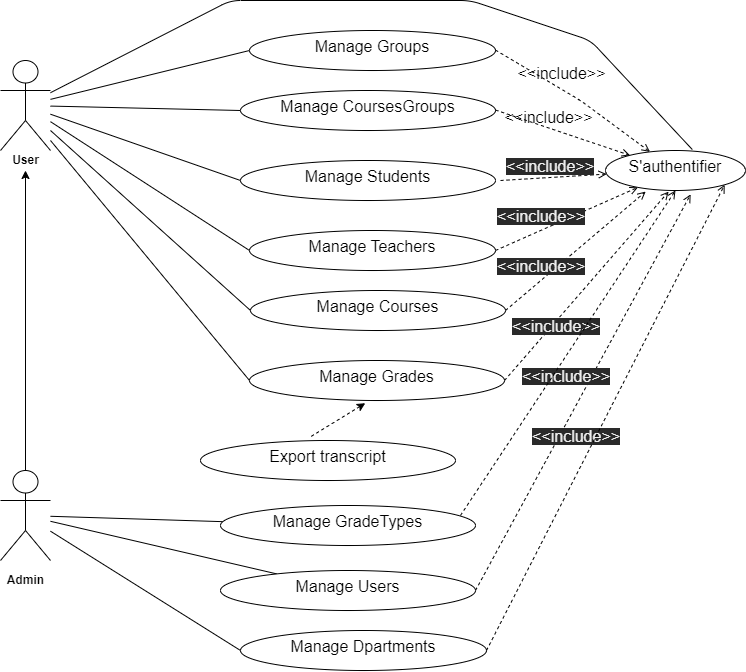
Before: usecase.drawio.png, a diagram exported from draw.io (malouu/Diag_JEE). Source tidied: cells renumbered, new cells last; positions are measured from the earlier drawing's top-left corner, leaving out a move shared by most shapes.
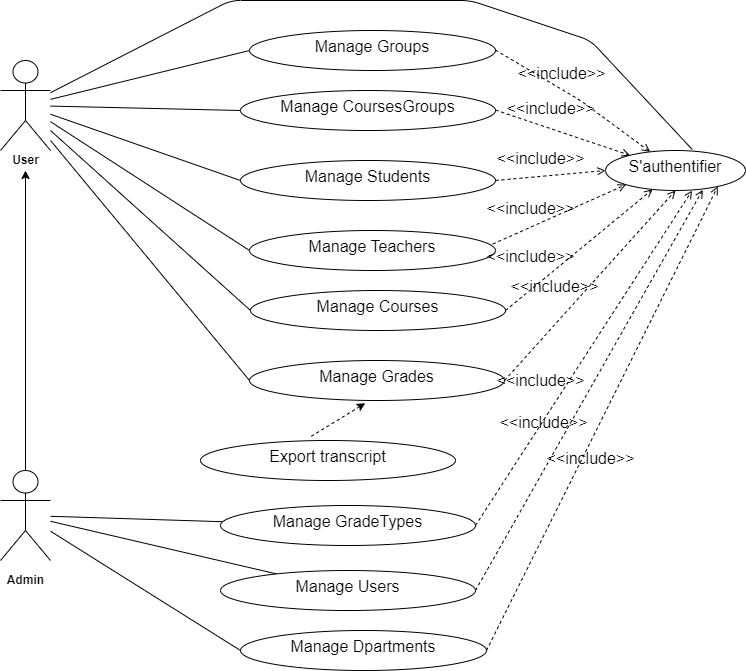
The same file after the commit.

Change to the diagram source:
```diff
@@ -34,11 +34,6 @@
     <mxCell id="9" style="shape=umlActor;verticalLabelPosition=bottom;verticalAlign=top;html=1;" parent="1" vertex="1">
       <mxGeometry y="60" width="50" height="90" as="geometry" />
     </mxCell>
-    <mxCell id="10" style="edgeStyle=none;html=1;fontSize=16;dashed=1;endArrow=open;endFill=0;" parent="1" edge="1" target="25">
-      <mxGeometry relative="1" as="geometry">
-        <mxPoint x="500" y="180" as="sourcePoint" />
-      </mxGeometry>
-    </mxCell>
     <mxCell id="11" value="&lt;div style=&quot;text-align: left&quot;&gt;&lt;span style=&quot;font-size: 16px&quot;&gt;Manage Students&lt;/span&gt;&lt;/div&gt;" style="ellipse;whiteSpace=wrap;html=1;verticalAlign=top;align=center;" parent="1" vertex="1">
       <mxGeometry x="240" y="160" width="255" height="40" as="geometry" />
     </mxCell>
@@ -67,21 +62,12 @@
         <mxPoint x="50" y="140" as="sourcePoint" />
       </mxGeometry>
     </mxCell>
-    <mxCell id="19" style="edgeStyle=none;html=1;fontSize=16;exitX=1;exitY=0.5;exitDx=0;exitDy=0;dashed=1;endArrow=open;endFill=0;entryX=0.451;entryY=1.027;entryDx=0;entryDy=0;entryPerimeter=0;" parent="1" edge="1" source="20" target="25">
-      <mxGeometry relative="1" as="geometry" />
-    </mxCell>
     <mxCell id="20" value="&lt;font style=&quot;font-size: 16px&quot;&gt;Manage Grades&lt;/font&gt;" style="ellipse;whiteSpace=wrap;html=1;verticalAlign=top;align=center;" parent="1" vertex="1">
       <mxGeometry x="249" y="360" width="255" height="40" as="geometry" />
     </mxCell>
-    <mxCell id="21" style="edgeStyle=none;html=1;fontSize=16;entryX=0.287;entryY=1.027;entryDx=0;entryDy=0;entryPerimeter=0;exitX=1;exitY=0.5;exitDx=0;exitDy=0;dashed=1;endArrow=open;endFill=0;" parent="1" edge="1" source="22" target="25">
-      <mxGeometry relative="1" as="geometry" />
-    </mxCell>
     <mxCell id="22" value="&lt;font style=&quot;font-size: 16px&quot;&gt;Manage Courses&lt;/font&gt;" style="ellipse;whiteSpace=wrap;html=1;verticalAlign=top;align=center;" parent="1" vertex="1">
       <mxGeometry x="250" y="290" width="255" height="40" as="geometry" />
     </mxCell>
-    <mxCell id="23" style="edgeStyle=none;html=1;fontSize=16;exitX=1;exitY=0.5;exitDx=0;exitDy=0;dashed=1;endArrow=open;endFill=0;" parent="1" edge="1" source="24" target="25">
-      <mxGeometry relative="1" as="geometry" />
-    </mxCell>
     <mxCell id="24" value="&lt;span style=&quot;font-size: 16px&quot;&gt;Manage&lt;/span&gt;&lt;span style=&quot;font-size: 16px&quot;&gt;&amp;nbsp;Teachers&lt;/span&gt;" style="ellipse;whiteSpace=wrap;html=1;verticalAlign=top;" parent="1" vertex="1">
       <mxGeometry x="249" y="230" width="246" height="40" as="geometry" />
     </mxCell>
@@ -97,25 +83,10 @@
       </mxGeometry>
     </mxCell>
     <mxCell id="27" value="&amp;lt;&amp;lt;include&amp;gt;&amp;gt;" style="html=1;verticalAlign=bottom;labelBackgroundColor=none;endArrow=open;endFill=0;dashed=1;fontSize=16;" parent="1" edge="1" target="25">
-      <mxGeometry x="-0.21" y="-2" relative="1" as="geometry">
+      <mxGeometry x="-0.22" y="8" relative="1" as="geometry">
         <mxPoint x="495" y="109.6" as="sourcePoint" />
       </mxGeometry>
     </mxCell>
-    <mxCell id="28" value="&lt;span style=&quot;color: rgb(240, 240, 240); font-family: helvetica; font-size: 16px; font-style: normal; font-weight: 400; letter-spacing: normal; text-align: center; text-indent: 0px; text-transform: none; word-spacing: 0px; background-color: rgb(42, 42, 42); display: inline; float: none;&quot;&gt;&amp;lt;&amp;lt;include&amp;gt;&amp;gt;&lt;/span&gt;" style="text;whiteSpace=wrap;html=1;fontSize=16;" parent="1" vertex="1">
-      <mxGeometry x="504" y="150" width="110" height="30" as="geometry" />
-    </mxCell>
-    <mxCell id="29" value="&lt;span style=&quot;color: rgb(240, 240, 240); font-family: helvetica; font-size: 16px; font-style: normal; font-weight: 400; letter-spacing: normal; text-align: center; text-indent: 0px; text-transform: none; word-spacing: 0px; background-color: rgb(42, 42, 42); display: inline; float: none;&quot;&gt;&amp;lt;&amp;lt;include&amp;gt;&amp;gt;&lt;/span&gt;" style="text;whiteSpace=wrap;html=1;fontSize=16;" parent="1" vertex="1">
-      <mxGeometry x="495" y="200" width="110" height="30" as="geometry" />
-    </mxCell>
-    <mxCell id="30" value="&lt;span style=&quot;color: rgb(240, 240, 240); font-family: helvetica; font-size: 16px; font-style: normal; font-weight: 400; letter-spacing: normal; text-align: center; text-indent: 0px; text-transform: none; word-spacing: 0px; background-color: rgb(42, 42, 42); display: inline; float: none;&quot;&gt;&amp;lt;&amp;lt;include&amp;gt;&amp;gt;&lt;/span&gt;" style="text;whiteSpace=wrap;html=1;fontSize=16;" parent="1" vertex="1">
-      <mxGeometry x="495" y="250" width="110" height="30" as="geometry" />
-    </mxCell>
-    <mxCell id="31" value="&lt;span style=&quot;color: rgb(240, 240, 240); font-family: helvetica; font-size: 16px; font-style: normal; font-weight: 400; letter-spacing: normal; text-align: center; text-indent: 0px; text-transform: none; word-spacing: 0px; background-color: rgb(42, 42, 42); display: inline; float: none;&quot;&gt;&amp;lt;&amp;lt;include&amp;gt;&amp;gt;&lt;/span&gt;" style="text;whiteSpace=wrap;html=1;fontSize=16;" parent="1" vertex="1">
-      <mxGeometry x="510" y="310" width="110" height="30" as="geometry" />
-    </mxCell>
-    <mxCell id="32" style="edgeStyle=none;html=1;fontSize=16;endArrow=open;endFill=0;entryX=0.608;entryY=1.097;entryDx=0;entryDy=0;entryPerimeter=0;exitX=1;exitY=0.5;exitDx=0;exitDy=0;dashed=1;" parent="1" edge="1" source="36" target="25">
-      <mxGeometry relative="1" as="geometry" />
-    </mxCell>
     <mxCell id="33" style="edgeStyle=none;html=1;endArrow=none;endFill=0;" parent="1" edge="1" source="34" target="3">
       <mxGeometry relative="1" as="geometry" />
     </mxCell>
@@ -128,24 +99,12 @@
     <mxCell id="36" value="&lt;font style=&quot;font-size: 16px&quot;&gt;Manage Users&lt;/font&gt;" style="ellipse;whiteSpace=wrap;html=1;verticalAlign=top;align=center;" parent="1" vertex="1">
       <mxGeometry x="220" y="570" width="255" height="40" as="geometry" />
     </mxCell>
-    <mxCell id="37" value="&lt;span style=&quot;color: rgb(240, 240, 240); font-family: helvetica; font-size: 16px; font-style: normal; font-weight: 400; letter-spacing: normal; text-align: center; text-indent: 0px; text-transform: none; word-spacing: 0px; background-color: rgb(42, 42, 42); display: inline; float: none;&quot;&gt;&amp;lt;&amp;lt;include&amp;gt;&amp;gt;&lt;/span&gt;" style="text;whiteSpace=wrap;html=1;fontSize=16;" parent="1" vertex="1">
-      <mxGeometry x="520" y="360" width="110" height="30" as="geometry" />
-    </mxCell>
-    <mxCell id="38" style="edgeStyle=none;html=1;fontSize=16;endArrow=open;endFill=0;entryX=0.5;entryY=1;entryDx=0;entryDy=0;dashed=1;exitX=0.941;exitY=0.25;exitDx=0;exitDy=0;exitPerimeter=0;" parent="1" edge="1" source="34" target="25">
-      <mxGeometry relative="1" as="geometry" />
-    </mxCell>
-    <mxCell id="39" value="&lt;span style=&quot;color: rgb(240, 240, 240); font-family: helvetica; font-size: 16px; font-style: normal; font-weight: 400; letter-spacing: normal; text-align: center; text-indent: 0px; text-transform: none; word-spacing: 0px; background-color: rgb(42, 42, 42); display: inline; float: none;&quot;&gt;&amp;lt;&amp;lt;include&amp;gt;&amp;gt;&lt;/span&gt;" style="text;whiteSpace=wrap;html=1;fontSize=16;" parent="1" vertex="1">
-      <mxGeometry x="530" y="420" width="110" height="30" as="geometry" />
-    </mxCell>
     <mxCell id="40" style="edgeStyle=none;html=1;fontSize=16;endArrow=none;endFill=0;exitX=0;exitY=0.5;exitDx=0;exitDy=0;" parent="1" edge="1" source="41" target="3">
       <mxGeometry relative="1" as="geometry" />
     </mxCell>
     <mxCell id="41" value="&lt;span style=&quot;font-size: 16px&quot;&gt;Manage Dpartments&lt;/span&gt;" style="ellipse;whiteSpace=wrap;html=1;verticalAlign=top;" parent="1" vertex="1">
       <mxGeometry x="240" y="630" width="246" height="40" as="geometry" />
     </mxCell>
-    <mxCell id="42" style="edgeStyle=none;html=1;fontSize=16;endArrow=open;endFill=0;entryX=1;entryY=1;entryDx=0;entryDy=0;dashed=1;exitX=1;exitY=0.5;exitDx=0;exitDy=0;" parent="1" edge="1" source="41" target="25">
-      <mxGeometry relative="1" as="geometry" />
-    </mxCell>
     <mxCell id="43" value="&lt;font style=&quot;font-size: 16px&quot;&gt;Export transcript&lt;/font&gt;" style="ellipse;whiteSpace=wrap;html=1;verticalAlign=top;align=center;" parent="1" vertex="1">
       <mxGeometry x="200" y="440" width="255" height="40" as="geometry" />
     </mxCell>
@@ -154,5 +113,28 @@
         <mxPoint x="-9" y="10" as="offset" />
       </mxGeometry>
     </mxCell>
+    <mxCell id="45" value="&amp;lt;&amp;lt;include&amp;gt;&amp;gt;" style="html=1;verticalAlign=bottom;labelBackgroundColor=none;endArrow=open;endFill=0;dashed=1;fontSize=16;exitX=1;exitY=0.5;exitDx=0;exitDy=0;entryX=0;entryY=0.5;entryDx=0;entryDy=0;" parent="1" edge="1" source="11" target="25">
+      <mxGeometry x="-0.17" y="6" relative="1" as="geometry" />
+    </mxCell>
+    <mxCell id="23" value="&amp;lt;&amp;lt;include&amp;gt;&amp;gt;" style="html=1;verticalAlign=bottom;labelBackgroundColor=none;endArrow=open;endFill=0;dashed=1;fontSize=16;exitX=0.989;exitY=0.338;exitDx=0;exitDy=0;exitPerimeter=0;entryX=0;entryY=1;entryDx=0;entryDy=0;" parent="1" edge="1" source="24" target="25">
+      <mxGeometry x="-0.4" y="6" relative="1" as="geometry" />
+    </mxCell>
+    <mxCell id="21" value="&amp;lt;&amp;lt;include&amp;gt;&amp;gt;" style="html=1;verticalAlign=bottom;labelBackgroundColor=none;endArrow=open;endFill=0;dashed=1;fontSize=16;exitX=1;exitY=0.5;exitDx=0;exitDy=0;" parent="1" edge="1" source="22" target="25">
+      <mxGeometry x="-0.52" y="16" relative="1" as="geometry" />
+    </mxCell>
+    <mxCell id="19" value="&amp;lt;&amp;lt;include&amp;gt;&amp;gt;" style="html=1;verticalAlign=bottom;labelBackgroundColor=none;endArrow=open;endFill=0;dashed=1;fontSize=16;exitX=1;exitY=0.5;exitDx=0;exitDy=0;entryX=0.5;entryY=1;entryDx=0;entryDy=0;" parent="1" edge="1" source="20" target="25">
+      <mxGeometry x="-0.27" y="18" relative="1" as="geometry" />
+    </mxCell>
+    <mxCell id="38" value="&amp;lt;&amp;lt;include&amp;gt;&amp;gt;" style="html=1;verticalAlign=bottom;labelBackgroundColor=none;endArrow=open;endFill=0;dashed=1;fontSize=16;exitX=1;exitY=0.5;exitDx=0;exitDy=0;entryX=0.618;entryY=1.004;entryDx=0;entryDy=0;entryPerimeter=0;" parent="1" edge="1" source="34" target="25">
+      <mxGeometry x="-0.27" y="18" relative="1" as="geometry" />
+    </mxCell>
+    <mxCell id="32" value="&amp;lt;&amp;lt;include&amp;gt;&amp;gt;" style="html=1;verticalAlign=bottom;labelBackgroundColor=none;endArrow=open;endFill=0;dashed=1;fontSize=16;exitX=1;exitY=0.5;exitDx=0;exitDy=0;entryX=0.695;entryY=0.984;entryDx=0;entryDy=0;entryPerimeter=0;" parent="1" edge="1" source="36" target="25">
+      <mxGeometry x="-0.27" y="18" relative="1" as="geometry" />
+    </mxCell>
+    <mxCell id="42" value="&amp;lt;&amp;lt;include&amp;gt;&amp;gt;" style="html=1;verticalAlign=bottom;labelBackgroundColor=none;endArrow=open;endFill=0;dashed=1;fontSize=16;exitX=1;exitY=0.5;exitDx=0;exitDy=0;entryX=0.802;entryY=0.9;entryDx=0;entryDy=0;entryPerimeter=0;" parent="1" edge="1" source="41" target="25">
+      <mxGeometry x="-0.2" y="-13" relative="1" as="geometry">
+        <mxPoint y="-1" as="offset" />
+      </mxGeometry>
+    </mxCell>
   </root>
 </mxGraphModel>
```
